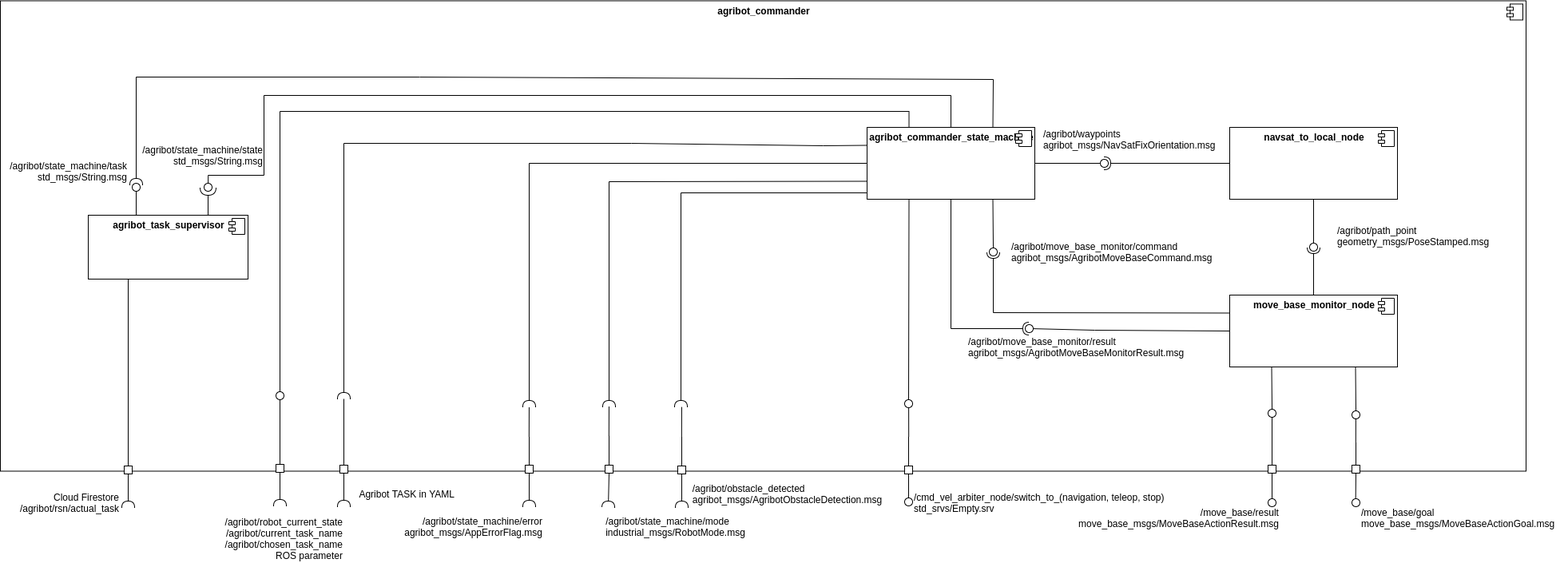
agribot-2-0/agribot_commander keeps this draw.io diagram as doc/component_diagram.png. Above is the earlier version. Source tidied: cells renumbered, new cells last; positions are measured from the earlier drawing's top-left corner, leaving out a move shared by most shapes.
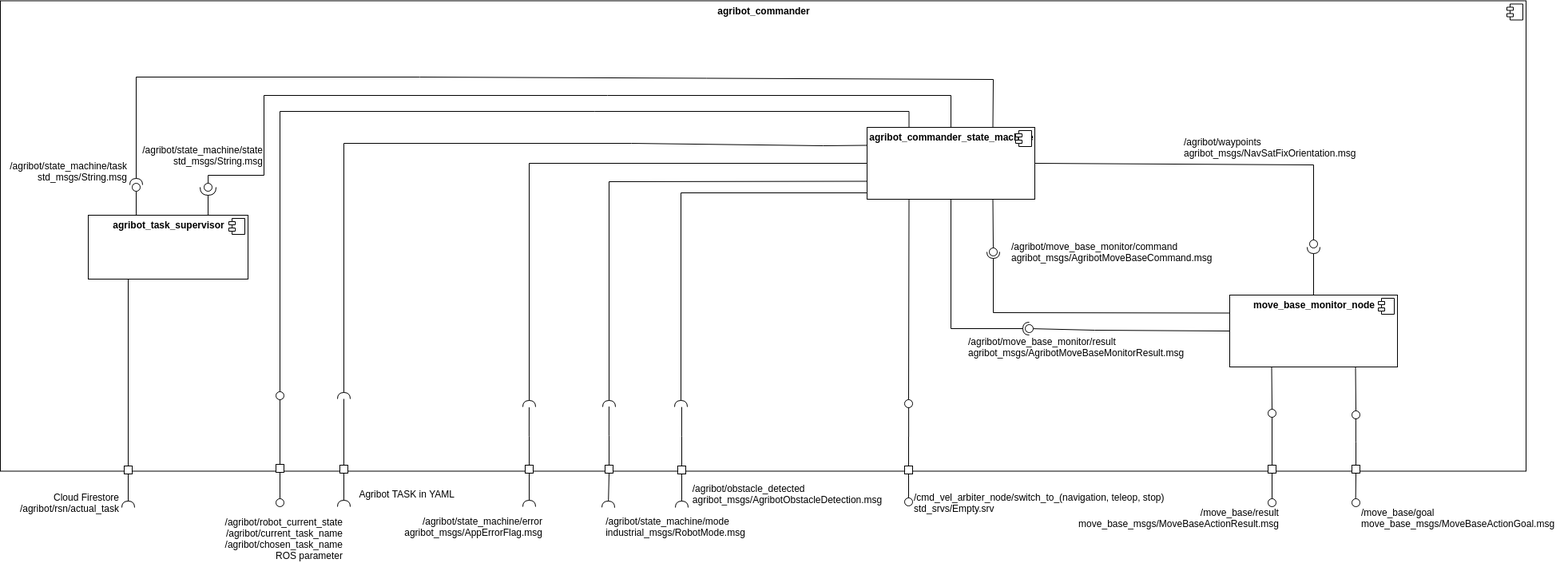
After the commit.

What changed in the source:
```diff
@@ -1,4 +1,4 @@
-<mxGraphModel>
+<mxGraphModel background="#FFFFFF">
   <root>
     <mxCell id="0" />
     <mxCell id="1" parent="0" />
@@ -31,14 +31,6 @@
     <mxCell id="8" style="rounded=0;whiteSpace=wrap;html=1;" parent="1" vertex="1">
       <mxGeometry x="848" y="582" width="10" height="10" as="geometry" />
     </mxCell>
-    <mxCell id="9" value="&lt;p style=&quot;margin: 0px ; margin-top: 6px ; text-align: center&quot;&gt;&lt;b&gt;navsat_to_local_node&lt;/b&gt;&lt;br&gt;&lt;/p&gt;" style="align=left;overflow=fill;html=1;" parent="1" vertex="1">
-      <mxGeometry x="1539" y="158" width="210" height="90" as="geometry" />
-    </mxCell>
-    <mxCell id="10" style="shape=component;jettyWidth=8;jettyHeight=4;" parent="9" vertex="1">
-      <mxGeometry x="1" width="20" height="20" relative="1" as="geometry">
-        <mxPoint x="-24" y="4" as="offset" />
-      </mxGeometry>
-    </mxCell>
     <mxCell id="11" value="&lt;p style=&quot;margin: 0px ; margin-top: 6px ; text-align: center&quot;&gt;&lt;b&gt;move_base_monitor_node&lt;/b&gt;&lt;br&gt;&lt;/p&gt;" style="align=left;overflow=fill;html=1;" parent="1" vertex="1">
       <mxGeometry x="1539" y="368" width="210" height="90" as="geometry" />
     </mxCell>
@@ -73,29 +65,23 @@
       <mxGeometry x="1587" y="623" width="10" height="10" as="geometry" />
     </mxCell>
     <mxCell id="20" style="rounded=0;jettySize=auto;html=1;endArrow=none;endFill=0;exitX=1;exitY=0.5;exitDx=0;exitDy=0;" parent="1" edge="1" source="4" target="22">
-      <mxGeometry relative="1" as="geometry" />
+      <mxGeometry relative="1" as="geometry">
+        <Array as="points">
+          <mxPoint x="1644" y="205" />
+        </Array>
+      </mxGeometry>
     </mxCell>
-    <mxCell id="21" style="rounded=0;jettySize=auto;html=1;endArrow=halfCircle;endFill=0;entryX=0.5;entryY=0.5;entryDx=0;entryDy=0;endSize=6;strokeWidth=1;exitX=0;exitY=0.5;exitDx=0;exitDy=0;" parent="1" edge="1" source="9" target="22">
-      <mxGeometry relative="1" as="geometry" />
-    </mxCell>
     <mxCell id="22" style="ellipse;whiteSpace=wrap;html=1;fontFamily=Helvetica;fontSize=12;fontColor=#000000;align=center;strokeColor=#000000;fillColor=#ffffff;points=[];" parent="1" vertex="1">
-      <mxGeometry x="1377" y="198" width="10" height="10" as="geometry" />
+      <mxGeometry x="1639" y="299" width="10" height="10" as="geometry" />
     </mxCell>
-    <mxCell id="23" style="rounded=0;jettySize=auto;html=1;endArrow=none;endFill=0;exitX=0.5;exitY=1;exitDx=0;exitDy=0;" parent="1" edge="1" source="9" target="25">
-      <mxGeometry relative="1" as="geometry" />
-    </mxCell>
-    <mxCell id="24" style="rounded=0;jettySize=auto;html=1;endArrow=halfCircle;endFill=0;entryX=0.5;entryY=0.5;entryDx=0;entryDy=0;endSize=6;strokeWidth=1;exitX=0.5;exitY=0;exitDx=0;exitDy=0;" parent="1" edge="1" source="11" target="25">
-      <mxGeometry relative="1" as="geometry" />
+    <mxCell id="24" style="rounded=0;jettySize=auto;html=1;endArrow=halfCircle;endFill=0;entryX=0.5;entryY=0.5;entryDx=0;entryDy=0;endSize=6;strokeWidth=1;exitX=0.5;exitY=0;exitDx=0;exitDy=0;" parent="1" edge="1" source="11">
+      <mxGeometry relative="1" as="geometry">
+        <mxPoint x="1644" y="308" as="targetPoint" />
+      </mxGeometry>
     </mxCell>
-    <mxCell id="25" style="ellipse;whiteSpace=wrap;html=1;fontFamily=Helvetica;fontSize=12;fontColor=#000000;align=center;strokeColor=#000000;fillColor=#ffffff;points=[];" parent="1" vertex="1">
-      <mxGeometry x="1639" y="303" width="10" height="10" as="geometry" />
-    </mxCell>
     <mxCell id="26" value="/agribot/waypoints&lt;br&gt;&lt;div&gt;&lt;span&gt;agribot_msgs/NavSatFixOrientation.msg&lt;/span&gt;&lt;/div&gt;" style="text;html=1;align=left;verticalAlign=middle;" parent="1" vertex="1">
-      <mxGeometry x="1304" y="158" width="230" height="30" as="geometry" />
+      <mxGeometry x="1480" y="168" width="230" height="30" as="geometry" />
     </mxCell>
-    <mxCell id="27" value="/agribot/path_point&lt;br&gt;&lt;div&gt;&lt;span&gt;geometry_msgs/PoseStamped.msg&lt;/span&gt;&lt;/div&gt;" style="text;html=1;align=left;verticalAlign=middle;" parent="1" vertex="1">
-      <mxGeometry x="1672" y="279" width="210" height="30" as="geometry" />
-    </mxCell>
     <mxCell id="28" style="rounded=0;jettySize=auto;html=1;endArrow=none;endFill=0;exitX=0.75;exitY=1;exitDx=0;exitDy=0;" parent="1" edge="1" source="4" target="30">
       <mxGeometry relative="1" as="geometry" />
     </mxCell>
@@ -255,11 +241,6 @@
     <mxCell id="66" style="ellipse;whiteSpace=wrap;html=1;fontFamily=Helvetica;fontSize=12;fontColor=#000000;align=center;strokeColor=#000000;fillColor=#ffffff;points=[];" parent="1" vertex="1">
       <mxGeometry x="1692" y="623" width="10" height="10" as="geometry" />
     </mxCell>
-    <mxCell id="67" style="rounded=0;jettySize=auto;html=1;endArrow=halfCircle;endFill=0;endSize=6;strokeWidth=1;exitX=0.5;exitY=1;exitDx=0;exitDy=0;" parent="1" edge="1" source="69">
-      <mxGeometry relative="1" as="geometry">
-        <mxPoint x="350" y="632" as="targetPoint" />
-      </mxGeometry>
-    </mxCell>
     <mxCell id="68" style="edgeStyle=orthogonalEdgeStyle;rounded=0;jettySize=auto;html=1;exitX=0.5;exitY=0;exitDx=0;exitDy=0;endArrow=none;endFill=0;" parent="1" edge="1" source="69">
       <mxGeometry relative="1" as="geometry">
         <mxPoint x="350" y="497" as="targetPoint" />
@@ -349,5 +330,11 @@
     <mxCell id="87" value="&lt;div&gt;Cloud Firestore&lt;br&gt;/agribot/rsn/actual_task&lt;/div&gt;" style="text;html=1;align=right;verticalAlign=middle;" parent="1" vertex="1">
       <mxGeometry x="10" y="613" width="140" height="30" as="geometry" />
     </mxCell>
+    <mxCell id="88" style="edgeStyle=orthogonalEdgeStyle;rounded=0;jettySize=auto;html=1;entryX=0.5;entryY=1;entryDx=0;entryDy=0;endArrow=none;endFill=0;" parent="1" edge="1" source="89" target="69">
+      <mxGeometry relative="1" as="geometry" />
+    </mxCell>
+    <mxCell id="89" style="ellipse;whiteSpace=wrap;html=1;fontFamily=Helvetica;fontSize=12;fontColor=#000000;align=center;strokeColor=#000000;fillColor=#ffffff;points=[];" parent="1" vertex="1">
+      <mxGeometry x="345" y="623" width="10" height="10" as="geometry" />
+    </mxCell>
   </root>
 </mxGraphModel>
```
